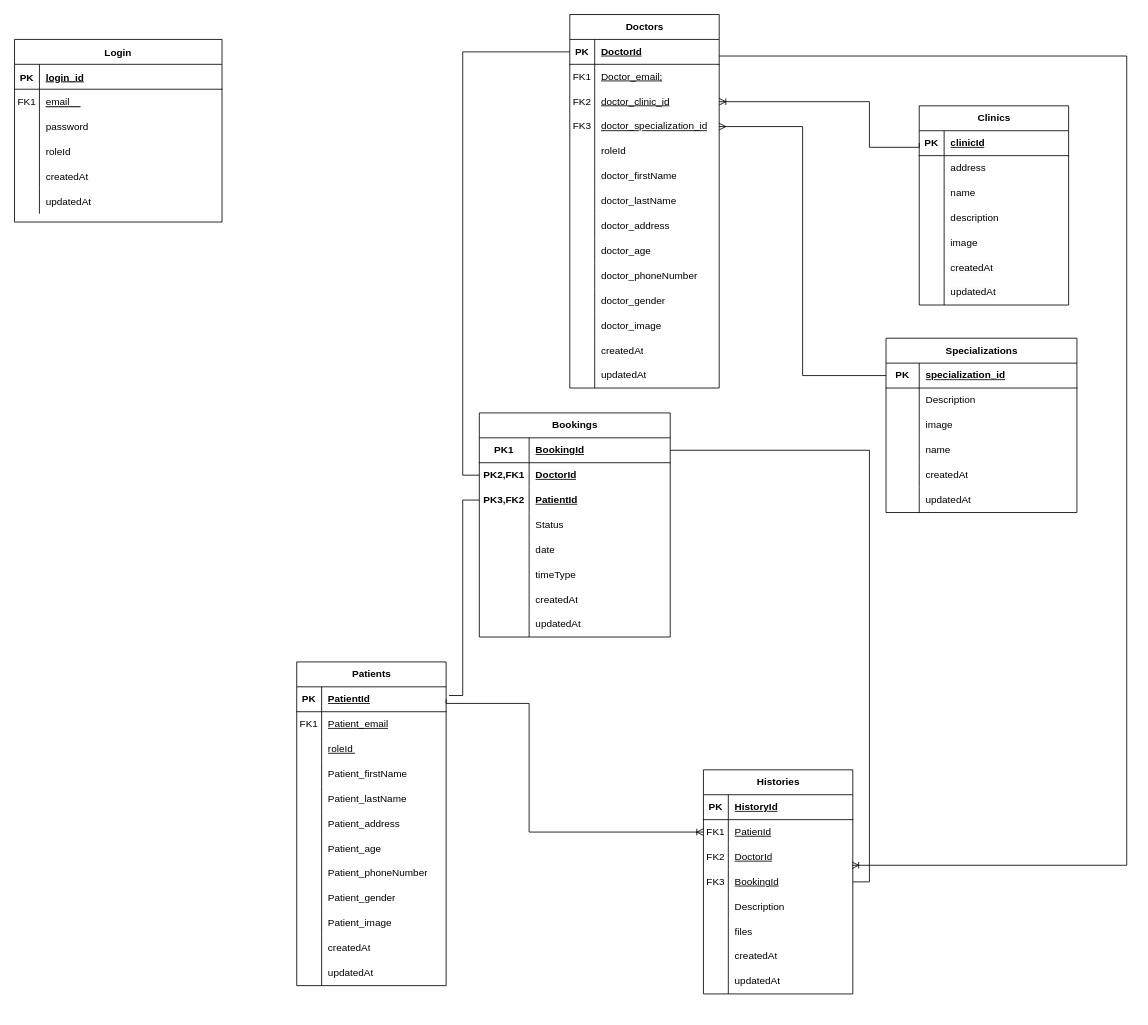
Before: Qlypk.drawio in Kkrommm24/Project_SQLSERVER, a draw.io diagram. Source tidied: cells renumbered, new cells numbered last; positions are measured from the earlier drawing's top-left corner, leaving out a move shared by most shapes. Both pictures are drawn from the tidied source at 83%, with x=0, y=0 at pixel (14, 14).
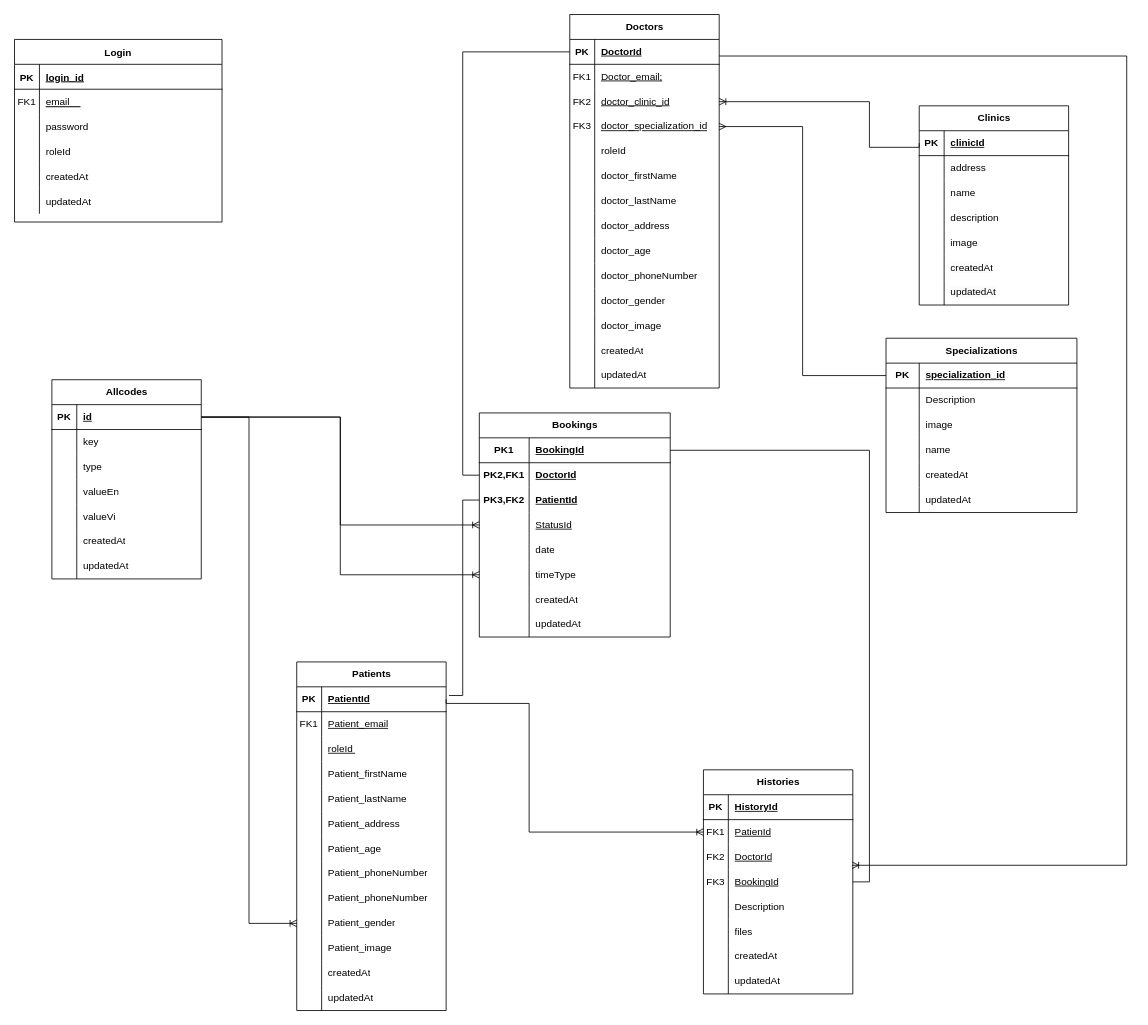
Above is the later version.

Unchanged cells that the change refers to:
```xml
<mxCell id="72" style="shape=tableRow;horizontal=0;startSize=0;swimlaneHead=0;swimlaneBody=0;fillColor=none;points=[[0,0.5],[1,0.5]];portConstraint=eastwest;top=0;left=0;right=0;bottom=0;align=right;" parent="62" vertex="1">
  <mxGeometry y="120" width="230" height="30" as="geometry" />
</mxCell>
<mxCell id="78" style="shape=tableRow;horizontal=0;startSize=0;swimlaneHead=0;swimlaneBody=0;fillColor=none;points=[[0,0.5],[1,0.5]];portConstraint=eastwest;top=0;left=0;right=0;bottom=0;" parent="62" vertex="1">
  <mxGeometry y="180" width="230" height="30" as="geometry" />
</mxCell>
```

Change to the diagram source:
```diff
@@
-    <mxCell id="74" value="Status" style="shape=partialRectangle;fillColor=none;top=0;left=0;bottom=0;right=0;align=left;spacingLeft=6;overflow=hidden;whiteSpace=wrap;html=1;fontStyle=0;" parent="72" vertex="1">
+    <mxCell id="74" value="&lt;u&gt;StatusId&lt;/u&gt;" style="shape=partialRectangle;fillColor=none;top=0;left=0;bottom=0;right=0;align=left;spacingLeft=6;overflow=hidden;whiteSpace=wrap;html=1;fontStyle=0;" parent="72" vertex="1">
       <mxGeometry x="60" width="170" height="30" as="geometry" />
     </mxCell>
@@
     <mxCell id="130" value="Patients" style="shape=table;startSize=30;childLayout=tableLayout;rowLines=0;fontStyle=1;align=center;html=1;" parent="1" vertex="1">
-      <mxGeometry x="340" y="780" width="180" height="390" as="geometry" />
+      <mxGeometry x="340" y="780" width="180" height="420" as="geometry" />
     </mxCell>
@@
+    <mxCell id="200" style="shape=tableRow;horizontal=0;startSize=0;swimlaneHead=0;swimlaneBody=0;fillColor=none;top=0;left=0;right=0;bottom=0;" parent="130" vertex="1">
+      <mxGeometry y="240" width="180" height="30" as="geometry" />
+    </mxCell>
+    <mxCell id="201" style="shape=partialRectangle;fillColor=none;top=0;left=0;bottom=0;right=0;overflow=hidden;whiteSpace=wrap;html=1;" parent="200" vertex="1">
+      <mxGeometry width="30" height="30" as="geometry" />
+    </mxCell>
+    <mxCell id="202" value="Patient_phoneNumber" style="shape=partialRectangle;fillColor=none;top=0;left=0;bottom=0;right=0;align=left;spacingLeft=6;overflow=hidden;whiteSpace=wrap;html=1;" parent="200" vertex="1">
+      <mxGeometry x="30" width="150" height="30" as="geometry" />
+    </mxCell>
     <mxCell id="152" style="shape=tableRow;horizontal=0;startSize=0;swimlaneHead=0;swimlaneBody=0;fillColor=none;top=0;left=0;right=0;bottom=0;" parent="130" vertex="1">
-      <mxGeometry y="240" width="180" height="30" as="geometry" />
+      <mxGeometry y="270" width="180" height="30" as="geometry" />
     </mxCell>
@@
     <mxCell id="155" style="shape=tableRow;horizontal=0;startSize=0;swimlaneHead=0;swimlaneBody=0;fillColor=none;points=[[0,0.5],[1,0.5]];portConstraint=eastwest;top=0;left=0;right=0;bottom=0;" parent="130" vertex="1">
-      <mxGeometry y="270" width="180" height="30" as="geometry" />
+      <mxGeometry y="300" width="180" height="30" as="geometry" />
     </mxCell>
@@
     <mxCell id="158" style="shape=tableRow;horizontal=0;startSize=0;swimlaneHead=0;swimlaneBody=0;fillColor=none;top=0;left=0;right=0;bottom=0;" parent="130" vertex="1">
-      <mxGeometry y="300" width="180" height="30" as="geometry" />
+      <mxGeometry y="330" width="180" height="30" as="geometry" />
     </mxCell>
@@
     <mxCell id="161" style="shape=tableRow;horizontal=0;startSize=0;swimlaneHead=0;swimlaneBody=0;fillColor=none;top=0;left=0;right=0;bottom=0;" parent="130" vertex="1">
-      <mxGeometry y="330" width="180" height="30" as="geometry" />
+      <mxGeometry y="360" width="180" height="30" as="geometry" />
     </mxCell>
@@
     <mxCell id="164" style="shape=tableRow;horizontal=0;startSize=0;swimlaneHead=0;swimlaneBody=0;fillColor=none;top=0;left=0;right=0;bottom=0;" parent="130" vertex="1">
-      <mxGeometry y="360" width="180" height="30" as="geometry" />
+      <mxGeometry y="390" width="180" height="30" as="geometry" />
     </mxCell>
@@
+    <mxCell id="203" value="Allcodes" style="shape=table;startSize=30;childLayout=tableLayout;rowLines=0;fontStyle=1;align=center;html=1;" parent="1" vertex="1">
+      <mxGeometry x="45" y="440" width="180" height="240" as="geometry" />
+    </mxCell>
+    <mxCell id="204" style="shape=tableRow;horizontal=0;startSize=0;swimlaneHead=0;swimlaneBody=0;fillColor=none;points=[[0,0.5],[1,0.5]];portConstraint=eastwest;top=0;left=0;right=0;bottom=1;" parent="203" vertex="1">
+      <mxGeometry y="30" width="180" height="30" as="geometry" />
+    </mxCell>
+    <mxCell id="205" value="PK" style="shape=partialRectangle;fillColor=none;top=0;left=0;bottom=0;right=0;fontStyle=1;overflow=hidden;whiteSpace=wrap;html=1;" parent="204" vertex="1">
+      <mxGeometry width="30" height="30" as="geometry" />
+    </mxCell>
+    <mxCell id="206" value="id" style="shape=partialRectangle;fillColor=none;top=0;left=0;bottom=0;right=0;align=left;spacingLeft=6;fontStyle=5;overflow=hidden;whiteSpace=wrap;html=1;" parent="204" vertex="1">
+      <mxGeometry x="30" width="150" height="30" as="geometry" />
+    </mxCell>
+    <mxCell id="207" style="shape=tableRow;horizontal=0;startSize=0;swimlaneHead=0;swimlaneBody=0;fillColor=none;top=0;left=0;right=0;bottom=0;" parent="203" vertex="1">
+      <mxGeometry y="60" width="180" height="30" as="geometry" />
+    </mxCell>
+    <mxCell id="208" style="shape=partialRectangle;fillColor=none;top=0;left=0;bottom=0;right=0;overflow=hidden;whiteSpace=wrap;html=1;" parent="207" vertex="1">
+      <mxGeometry width="30" height="30" as="geometry" />
+    </mxCell>
+    <mxCell id="209" value="key" style="shape=partialRectangle;fillColor=none;top=0;left=0;bottom=0;right=0;align=left;spacingLeft=6;overflow=hidden;whiteSpace=wrap;html=1;" parent="207" vertex="1">
+      <mxGeometry x="30" width="150" height="30" as="geometry" />
+    </mxCell>
+    <mxCell id="210" style="shape=tableRow;horizontal=0;startSize=0;swimlaneHead=0;swimlaneBody=0;fillColor=none;top=0;left=0;right=0;bottom=0;" parent="203" vertex="1">
+      <mxGeometry y="90" width="180" height="30" as="geometry" />
+    </mxCell>
+    <mxCell id="211" style="shape=partialRectangle;fillColor=none;top=0;left=0;bottom=0;right=0;overflow=hidden;whiteSpace=wrap;html=1;" parent="210" vertex="1">
+      <mxGeometry width="30" height="30" as="geometry" />
+    </mxCell>
+    <mxCell id="212" value="type" style="shape=partialRectangle;fillColor=none;top=0;left=0;bottom=0;right=0;align=left;spacingLeft=6;overflow=hidden;whiteSpace=wrap;html=1;" parent="210" vertex="1">
+      <mxGeometry x="30" width="150" height="30" as="geometry" />
+    </mxCell>
+    <mxCell id="213" style="shape=tableRow;horizontal=0;startSize=0;swimlaneHead=0;swimlaneBody=0;fillColor=none;top=0;left=0;right=0;bottom=0;" parent="203" vertex="1">
+      <mxGeometry y="120" width="180" height="30" as="geometry" />
+    </mxCell>
+    <mxCell id="214" style="shape=partialRectangle;fillColor=none;top=0;left=0;bottom=0;right=0;overflow=hidden;whiteSpace=wrap;html=1;" parent="213" vertex="1">
+      <mxGeometry width="30" height="30" as="geometry" />
+    </mxCell>
+    <mxCell id="215" value="valueEn" style="shape=partialRectangle;fillColor=none;top=0;left=0;bottom=0;right=0;align=left;spacingLeft=6;overflow=hidden;whiteSpace=wrap;html=1;" parent="213" vertex="1">
+      <mxGeometry x="30" width="150" height="30" as="geometry" />
+    </mxCell>
+    <mxCell id="216" style="shape=tableRow;horizontal=0;startSize=0;swimlaneHead=0;swimlaneBody=0;fillColor=none;top=0;left=0;right=0;bottom=0;" parent="203" vertex="1">
+      <mxGeometry y="150" width="180" height="30" as="geometry" />
+    </mxCell>
+    <mxCell id="217" style="shape=partialRectangle;fillColor=none;top=0;left=0;bottom=0;right=0;overflow=hidden;whiteSpace=wrap;html=1;" parent="216" vertex="1">
+      <mxGeometry width="30" height="30" as="geometry" />
+    </mxCell>
+    <mxCell id="218" value="valueVi" style="shape=partialRectangle;fillColor=none;top=0;left=0;bottom=0;right=0;align=left;spacingLeft=6;overflow=hidden;whiteSpace=wrap;html=1;" parent="216" vertex="1">
+      <mxGeometry x="30" width="150" height="30" as="geometry" />
+    </mxCell>
+    <mxCell id="219" style="shape=tableRow;horizontal=0;startSize=0;swimlaneHead=0;swimlaneBody=0;fillColor=none;top=0;left=0;right=0;bottom=0;" parent="203" vertex="1">
+      <mxGeometry y="180" width="180" height="30" as="geometry" />
+    </mxCell>
+    <mxCell id="220" style="shape=partialRectangle;fillColor=none;top=0;left=0;bottom=0;right=0;overflow=hidden;whiteSpace=wrap;html=1;" parent="219" vertex="1">
+      <mxGeometry width="30" height="30" as="geometry" />
+    </mxCell>
+    <mxCell id="221" value="createdAt" style="shape=partialRectangle;fillColor=none;top=0;left=0;bottom=0;right=0;align=left;spacingLeft=6;overflow=hidden;whiteSpace=wrap;html=1;" parent="219" vertex="1">
+      <mxGeometry x="30" width="150" height="30" as="geometry" />
+    </mxCell>
+    <mxCell id="222" style="shape=tableRow;horizontal=0;startSize=0;swimlaneHead=0;swimlaneBody=0;fillColor=none;top=0;left=0;right=0;bottom=0;" parent="203" vertex="1">
+      <mxGeometry y="210" width="180" height="30" as="geometry" />
+    </mxCell>
+    <mxCell id="223" style="shape=partialRectangle;fillColor=none;top=0;left=0;bottom=0;right=0;overflow=hidden;whiteSpace=wrap;html=1;" parent="222" vertex="1">
+      <mxGeometry width="30" height="30" as="geometry" />
+    </mxCell>
+    <mxCell id="224" value="updatedAt" style="shape=partialRectangle;fillColor=none;top=0;left=0;bottom=0;right=0;align=left;spacingLeft=6;overflow=hidden;whiteSpace=wrap;html=1;" parent="222" vertex="1">
+      <mxGeometry x="30" width="150" height="30" as="geometry" />
+    </mxCell>
+    <mxCell id="225" style="edgeStyle=orthogonalEdgeStyle;rounded=0;jettySize=auto;html=1;exitX=1;exitY=0.5;exitDx=0;exitDy=0;entryX=0;entryY=0.5;entryDx=0;entryDy=0;endArrow=ERoneToMany;endFill=0;" parent="1" edge="1" source="204" target="72">
+      <mxGeometry relative="1" as="geometry" />
+    </mxCell>
+    <mxCell id="226" style="edgeStyle=orthogonalEdgeStyle;rounded=0;jettySize=auto;html=1;exitX=1;exitY=0.5;exitDx=0;exitDy=0;entryX=0;entryY=0.5;entryDx=0;entryDy=0;endArrow=ERoneToMany;endFill=0;" parent="1" edge="1" source="204" target="155">
+      <mxGeometry relative="1" as="geometry" />
+    </mxCell>
+    <mxCell id="227" style="edgeStyle=orthogonalEdgeStyle;rounded=0;jettySize=auto;html=1;exitX=1;exitY=0.5;exitDx=0;exitDy=0;endArrow=ERoneToMany;endFill=0;" parent="1" edge="1" source="204" target="78">
+      <mxGeometry relative="1" as="geometry" />
+    </mxCell>
```
